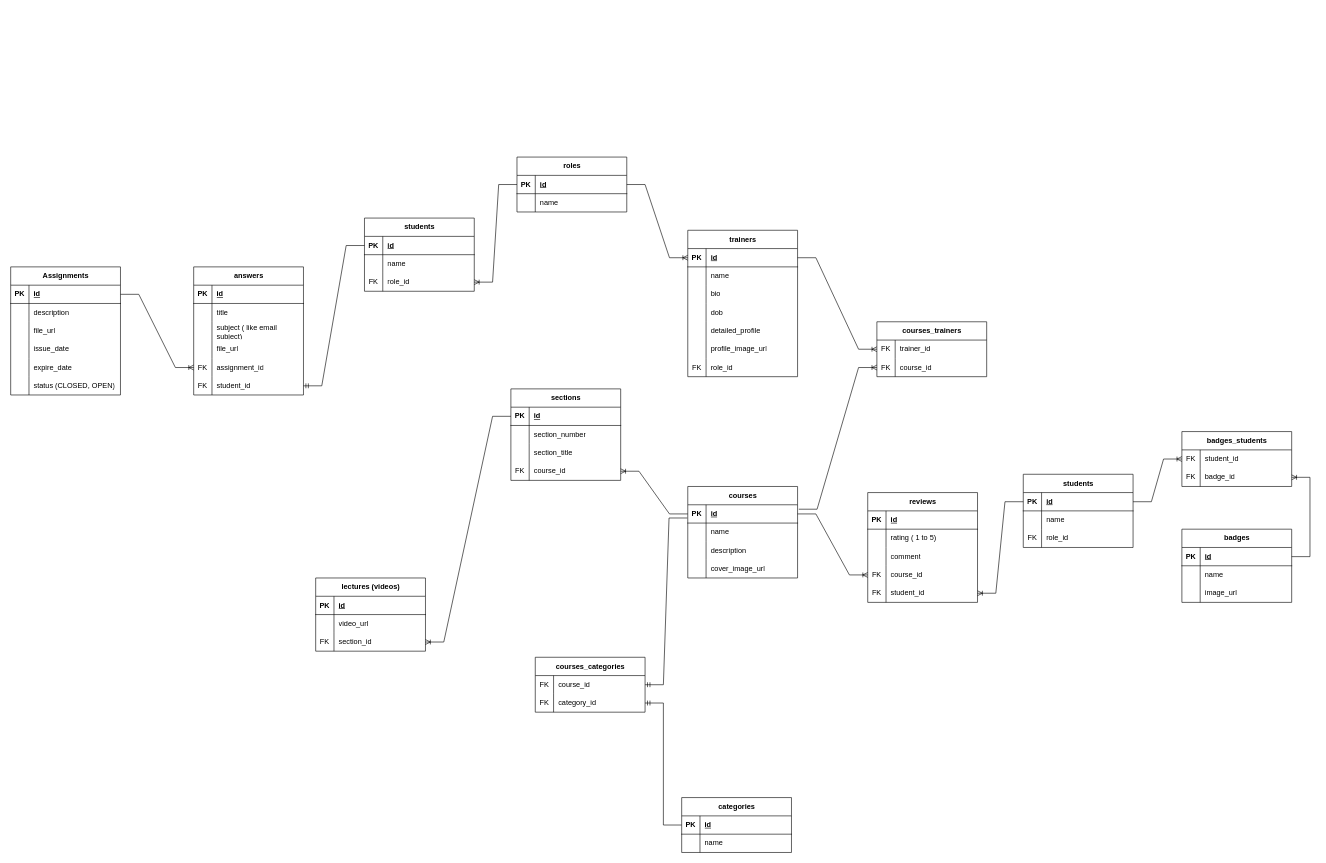
This is page "Database" (1 of 2) of design/erd/LMS_ERD.drawio from cvnxsolution/database-project-webapp, a draw.io file, before an edit. Source tidied: cells renumbered, new cells numbered last; positions are measured from the earlier drawing's top-left corner, leaving out a move shared by most shapes. Both pictures are drawn from the tidied source at 61%, with x=0, y=0 at pixel (10, 157).
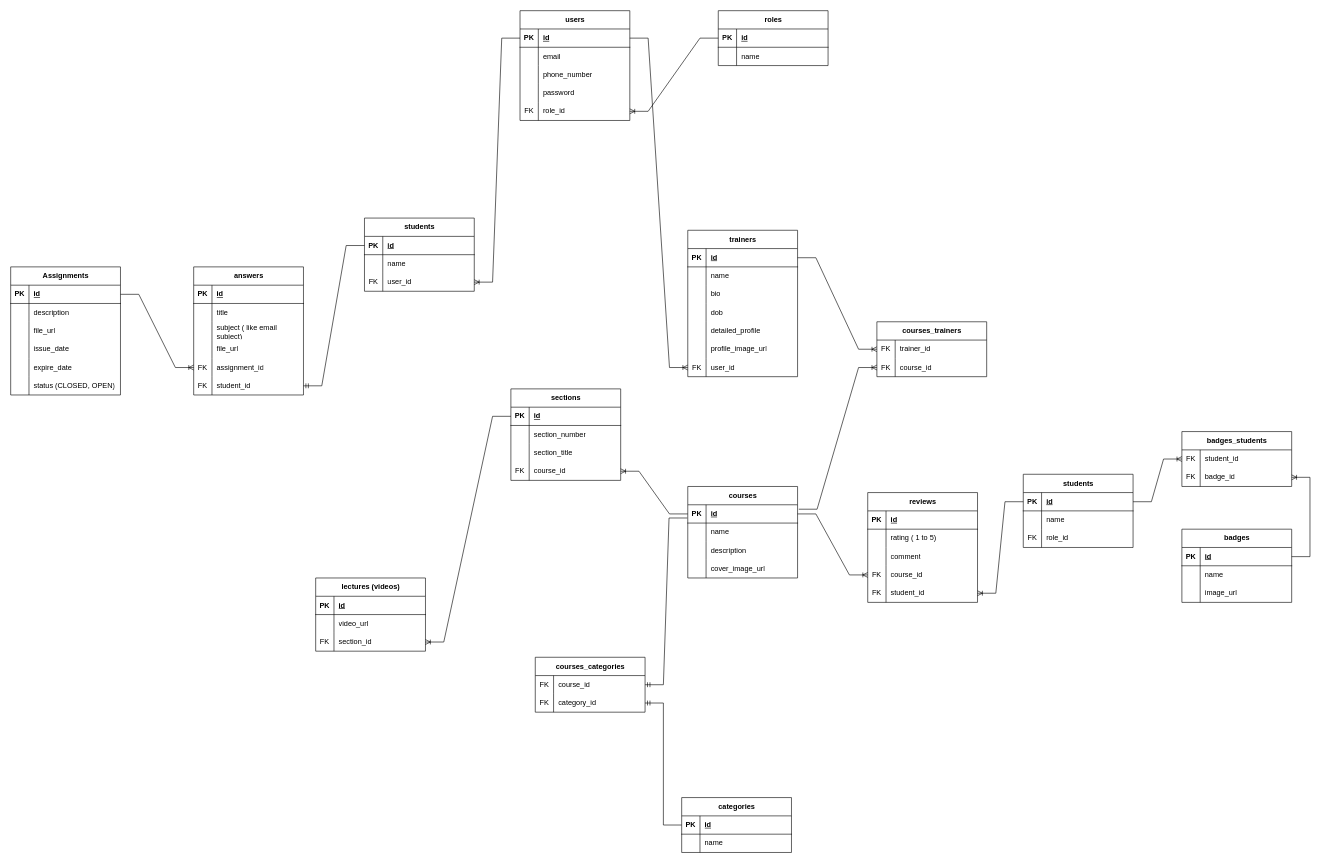
After the change.

Commit message (it also covers changes not shown here):
refactor(domain): expand ERD and add User model to establish authentication baseline

Unchanged cells that the change refers to:
```xml
<mxCell id="16" style="shape=tableRow;horizontal=0;startSize=0;swimlaneHead=0;swimlaneBody=0;fillColor=none;points=[[0,0.5],[1,0.5]];portConstraint=eastwest;top=0;left=0;right=0;bottom=1;" parent="15" vertex="1">
  <mxGeometry y="30" width="180" height="30" as="geometry" />
</mxCell>
<mxCell id="34" style="shape=tableRow;horizontal=0;startSize=0;swimlaneHead=0;swimlaneBody=0;fillColor=none;points=[[0,0.5],[1,0.5]];portConstraint=eastwest;top=0;left=0;right=0;bottom=0;" parent="15" vertex="1">
  <mxGeometry y="210" width="180" height="30" as="geometry" />
</mxCell>
<mxCell id="132" style="shape=tableRow;horizontal=0;startSize=0;swimlaneHead=0;swimlaneBody=0;fillColor=none;points=[[0,0.5],[1,0.5]];portConstraint=eastwest;top=0;left=0;right=0;bottom=0;" parent="125" vertex="1">
  <mxGeometry y="90" width="180" height="30" as="geometry" />
</mxCell>
```

The edit, as a diff of the source:
```diff
@@
-    <mxCell id="36" value="role_id" style="shape=partialRectangle;fillColor=none;top=0;left=0;bottom=0;right=0;align=left;spacingLeft=6;overflow=hidden;whiteSpace=wrap;html=1;" parent="34" vertex="1">
+    <mxCell id="36" value="user_id" style="shape=partialRectangle;fillColor=none;top=0;left=0;bottom=0;right=0;align=left;spacingLeft=6;overflow=hidden;whiteSpace=wrap;html=1;" parent="34" vertex="1">
       <mxGeometry x="30" width="150" height="30" as="geometry" />
     </mxCell>
@@
-    <mxCell id="70" value="roles" style="shape=table;startSize=30;childLayout=tableLayout;rowLines=0;fontStyle=1;align=center;html=1;" parent="1" vertex="1">
-      <mxGeometry x="830" width="180" height="90" as="geometry" />
-    </mxCell>
-    <mxCell id="71" style="shape=tableRow;horizontal=0;startSize=0;swimlaneHead=0;swimlaneBody=0;fillColor=none;points=[[0,0.5],[1,0.5]];portConstraint=eastwest;top=0;left=0;right=0;bottom=1;" parent="70" vertex="1">
-      <mxGeometry y="30" width="180" height="30" as="geometry" />
-    </mxCell>
-    <mxCell id="72" value="PK" style="shape=partialRectangle;fillColor=none;top=0;left=0;bottom=0;right=0;fontStyle=1;overflow=hidden;whiteSpace=wrap;html=1;" parent="71" vertex="1">
-      <mxGeometry width="30" height="30" as="geometry" />
-    </mxCell>
-    <mxCell id="73" value="id" style="shape=partialRectangle;fillColor=none;top=0;left=0;bottom=0;right=0;align=left;spacingLeft=6;fontStyle=5;overflow=hidden;whiteSpace=wrap;html=1;" parent="71" vertex="1">
-      <mxGeometry x="30" width="150" height="30" as="geometry" />
-    </mxCell>
-    <mxCell id="74" style="shape=tableRow;horizontal=0;startSize=0;swimlaneHead=0;swimlaneBody=0;fillColor=none;top=0;left=0;right=0;bottom=0;" parent="70" vertex="1">
-      <mxGeometry y="60" width="180" height="30" as="geometry" />
-    </mxCell>
-    <mxCell id="75" style="shape=partialRectangle;fillColor=none;top=0;left=0;bottom=0;right=0;overflow=hidden;whiteSpace=wrap;html=1;" parent="74" vertex="1">
-      <mxGeometry width="30" height="30" as="geometry" />
-    </mxCell>
-    <mxCell id="76" value="name" style="shape=partialRectangle;fillColor=none;top=0;left=0;bottom=0;right=0;align=left;spacingLeft=6;overflow=hidden;whiteSpace=wrap;html=1;" parent="74" vertex="1">
-      <mxGeometry x="30" width="150" height="30" as="geometry" />
-    </mxCell>
@@
-    <mxCell id="124" style="edgeStyle=entityRelationEdgeStyle;fontSize=12;html=1;endArrow=ERoneToMany;rounded=0;exitX=1;exitY=0.5;exitDx=0;exitDy=0;entryX=0;entryY=0.5;entryDx=0;entryDy=0;" parent="1" edge="1" source="71" target="16">
+    <mxCell id="124" style="edgeStyle=entityRelationEdgeStyle;fontSize=12;html=1;endArrow=ERoneToMany;rounded=0;exitX=1;exitY=0.5;exitDx=0;exitDy=0;entryX=0;entryY=0.5;entryDx=0;entryDy=0;" parent="1" edge="1" source="194" target="34">
       <mxGeometry relative="1" as="geometry" />
     </mxCell>
@@
-    <mxCell id="134" value="role_id" style="shape=partialRectangle;fillColor=none;top=0;left=0;bottom=0;right=0;align=left;spacingLeft=6;overflow=hidden;whiteSpace=wrap;html=1;" parent="132" vertex="1">
+    <mxCell id="134" value="user_id" style="shape=partialRectangle;fillColor=none;top=0;left=0;bottom=0;right=0;align=left;spacingLeft=6;overflow=hidden;whiteSpace=wrap;html=1;" parent="132" vertex="1">
       <mxGeometry x="30" width="150" height="30" as="geometry" />
     </mxCell>
-    <mxCell id="135" style="edgeStyle=entityRelationEdgeStyle;fontSize=12;html=1;endArrow=ERoneToMany;rounded=0;exitX=0;exitY=0.5;exitDx=0;exitDy=0;entryX=1;entryY=0.5;entryDx=0;entryDy=0;" parent="1" edge="1" source="71" target="132">
+    <mxCell id="135" style="edgeStyle=entityRelationEdgeStyle;fontSize=12;html=1;endArrow=ERoneToMany;rounded=0;exitX=0;exitY=0.5;exitDx=0;exitDy=0;entryX=1;entryY=0.5;entryDx=0;entryDy=0;" parent="1" edge="1" source="194" target="132">
       <mxGeometry relative="1" as="geometry" />
     </mxCell>
@@
+    <mxCell id="193" value="users" style="shape=table;startSize=30;childLayout=tableLayout;rowLines=0;fontStyle=1;align=center;html=1;" parent="1" vertex="1">
+      <mxGeometry x="835" y="-240" width="180" height="180" as="geometry" />
+    </mxCell>
+    <mxCell id="194" style="shape=tableRow;horizontal=0;startSize=0;swimlaneHead=0;swimlaneBody=0;fillColor=none;points=[[0,0.5],[1,0.5]];portConstraint=eastwest;top=0;left=0;right=0;bottom=1;" parent="193" vertex="1">
+      <mxGeometry y="30" width="180" height="30" as="geometry" />
+    </mxCell>
+    <mxCell id="195" value="PK" style="shape=partialRectangle;fillColor=none;top=0;left=0;bottom=0;right=0;fontStyle=1;overflow=hidden;whiteSpace=wrap;html=1;" parent="194" vertex="1">
+      <mxGeometry width="30" height="30" as="geometry" />
+    </mxCell>
+    <mxCell id="196" value="id" style="shape=partialRectangle;fillColor=none;top=0;left=0;bottom=0;right=0;align=left;spacingLeft=6;fontStyle=5;overflow=hidden;whiteSpace=wrap;html=1;" parent="194" vertex="1">
+      <mxGeometry x="30" width="150" height="30" as="geometry" />
+    </mxCell>
+    <mxCell id="197" style="shape=tableRow;horizontal=0;startSize=0;swimlaneHead=0;swimlaneBody=0;fillColor=none;top=0;left=0;right=0;bottom=0;" parent="193" vertex="1">
+      <mxGeometry y="60" width="180" height="30" as="geometry" />
+    </mxCell>
+    <mxCell id="198" style="shape=partialRectangle;fillColor=none;top=0;left=0;bottom=0;right=0;overflow=hidden;whiteSpace=wrap;html=1;" parent="197" vertex="1">
+      <mxGeometry width="30" height="30" as="geometry" />
+    </mxCell>
+    <mxCell id="199" value="email" style="shape=partialRectangle;fillColor=none;top=0;left=0;bottom=0;right=0;align=left;spacingLeft=6;overflow=hidden;whiteSpace=wrap;html=1;" parent="197" vertex="1">
+      <mxGeometry x="30" width="150" height="30" as="geometry" />
+    </mxCell>
+    <mxCell id="200" style="shape=tableRow;horizontal=0;startSize=0;swimlaneHead=0;swimlaneBody=0;fillColor=none;top=0;left=0;right=0;bottom=0;" parent="193" vertex="1">
+      <mxGeometry y="90" width="180" height="30" as="geometry" />
+    </mxCell>
+    <mxCell id="201" style="shape=partialRectangle;fillColor=none;top=0;left=0;bottom=0;right=0;overflow=hidden;whiteSpace=wrap;html=1;" parent="200" vertex="1">
+      <mxGeometry width="30" height="30" as="geometry" />
+    </mxCell>
+    <mxCell id="202" value="phone_number" style="shape=partialRectangle;fillColor=none;top=0;left=0;bottom=0;right=0;align=left;spacingLeft=6;overflow=hidden;whiteSpace=wrap;html=1;" parent="200" vertex="1">
+      <mxGeometry x="30" width="150" height="30" as="geometry" />
+    </mxCell>
+    <mxCell id="203" style="shape=tableRow;horizontal=0;startSize=0;swimlaneHead=0;swimlaneBody=0;fillColor=none;top=0;left=0;right=0;bottom=0;" parent="193" vertex="1">
+      <mxGeometry y="120" width="180" height="30" as="geometry" />
+    </mxCell>
+    <mxCell id="204" style="shape=partialRectangle;fillColor=none;top=0;left=0;bottom=0;right=0;overflow=hidden;whiteSpace=wrap;html=1;" parent="203" vertex="1">
+      <mxGeometry width="30" height="30" as="geometry" />
+    </mxCell>
+    <mxCell id="205" value="password" style="shape=partialRectangle;fillColor=none;top=0;left=0;bottom=0;right=0;align=left;spacingLeft=6;overflow=hidden;whiteSpace=wrap;html=1;" parent="203" vertex="1">
+      <mxGeometry x="30" width="150" height="30" as="geometry" />
+    </mxCell>
+    <mxCell id="206" style="shape=tableRow;horizontal=0;startSize=0;swimlaneHead=0;swimlaneBody=0;fillColor=none;points=[[0,0.5],[1,0.5]];portConstraint=eastwest;top=0;left=0;right=0;bottom=0;" parent="193" vertex="1">
+      <mxGeometry y="150" width="180" height="30" as="geometry" />
+    </mxCell>
+    <mxCell id="207" value="FK" style="shape=partialRectangle;fillColor=none;top=0;left=0;bottom=0;right=0;overflow=hidden;whiteSpace=wrap;html=1;" parent="206" vertex="1">
+      <mxGeometry width="30" height="30" as="geometry" />
+    </mxCell>
+    <mxCell id="208" value="role_id" style="shape=partialRectangle;fillColor=none;top=0;left=0;bottom=0;right=0;align=left;spacingLeft=6;overflow=hidden;whiteSpace=wrap;html=1;" parent="206" vertex="1">
+      <mxGeometry x="30" width="150" height="30" as="geometry" />
+    </mxCell>
+    <mxCell id="70" value="roles" style="shape=table;startSize=30;childLayout=tableLayout;rowLines=0;fontStyle=1;align=center;html=1;" parent="1" vertex="1">
+      <mxGeometry x="1160" y="-240" width="180" height="90" as="geometry" />
+    </mxCell>
+    <mxCell id="209" style="shape=tableRow;horizontal=0;startSize=0;swimlaneHead=0;swimlaneBody=0;fillColor=none;points=[[0,0.5],[1,0.5]];portConstraint=eastwest;top=0;left=0;right=0;bottom=1;" parent="70" vertex="1">
+      <mxGeometry y="30" width="180" height="30" as="geometry" />
+    </mxCell>
+    <mxCell id="210" value="PK" style="shape=partialRectangle;fillColor=none;top=0;left=0;bottom=0;right=0;fontStyle=1;overflow=hidden;whiteSpace=wrap;html=1;" parent="209" vertex="1">
+      <mxGeometry width="30" height="30" as="geometry" />
+    </mxCell>
+    <mxCell id="211" value="id" style="shape=partialRectangle;fillColor=none;top=0;left=0;bottom=0;right=0;align=left;spacingLeft=6;fontStyle=5;overflow=hidden;whiteSpace=wrap;html=1;" parent="209" vertex="1">
+      <mxGeometry x="30" width="150" height="30" as="geometry" />
+    </mxCell>
+    <mxCell id="212" style="shape=tableRow;horizontal=0;startSize=0;swimlaneHead=0;swimlaneBody=0;fillColor=none;top=0;left=0;right=0;bottom=0;" parent="70" vertex="1">
+      <mxGeometry y="60" width="180" height="30" as="geometry" />
+    </mxCell>
+    <mxCell id="213" style="shape=partialRectangle;fillColor=none;top=0;left=0;bottom=0;right=0;overflow=hidden;whiteSpace=wrap;html=1;" parent="212" vertex="1">
+      <mxGeometry width="30" height="30" as="geometry" />
+    </mxCell>
+    <mxCell id="76" value="name" style="shape=partialRectangle;fillColor=none;top=0;left=0;bottom=0;right=0;align=left;spacingLeft=6;overflow=hidden;whiteSpace=wrap;html=1;" parent="212" vertex="1">
+      <mxGeometry x="30" width="150" height="30" as="geometry" />
+    </mxCell>
+    <mxCell id="214" style="edgeStyle=entityRelationEdgeStyle;fontSize=12;html=1;endArrow=ERoneToMany;rounded=0;exitX=0;exitY=0.5;exitDx=0;exitDy=0;entryX=1;entryY=0.5;entryDx=0;entryDy=0;" parent="1" edge="1" source="209" target="206">
+      <mxGeometry relative="1" as="geometry" />
+    </mxCell>
```
